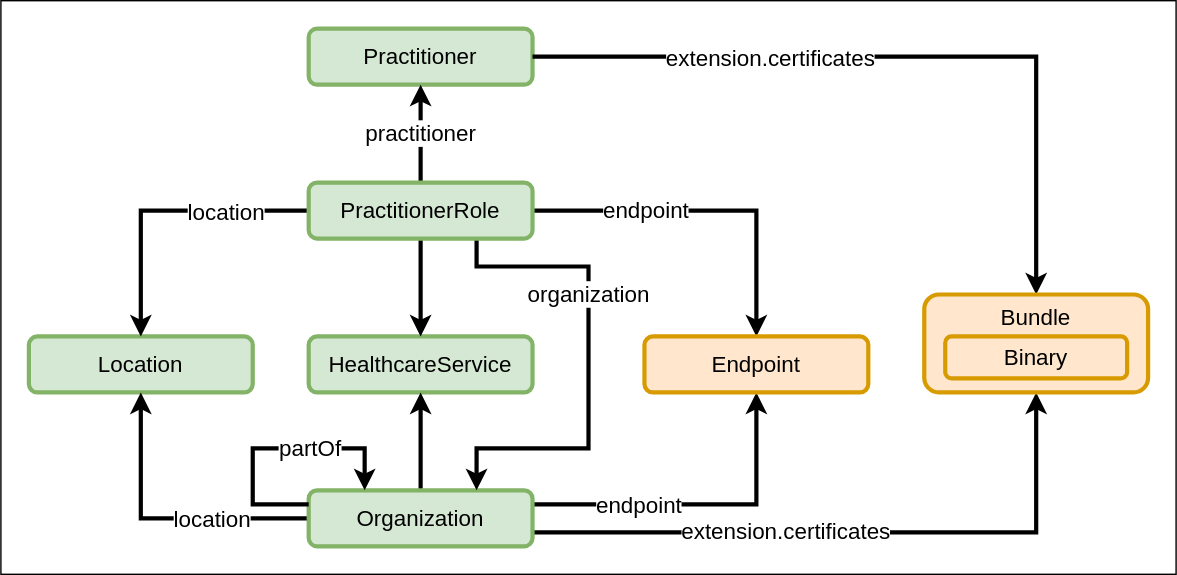
The draw.io diagram images/VZD_FHIR_Directory_Resourcen.svg in gematik/api-vzd, before a commit. Source tidied: cells renumbered, new cells last; positions are measured from the earlier drawing's top-left corner, leaving out a move shared by most shapes.
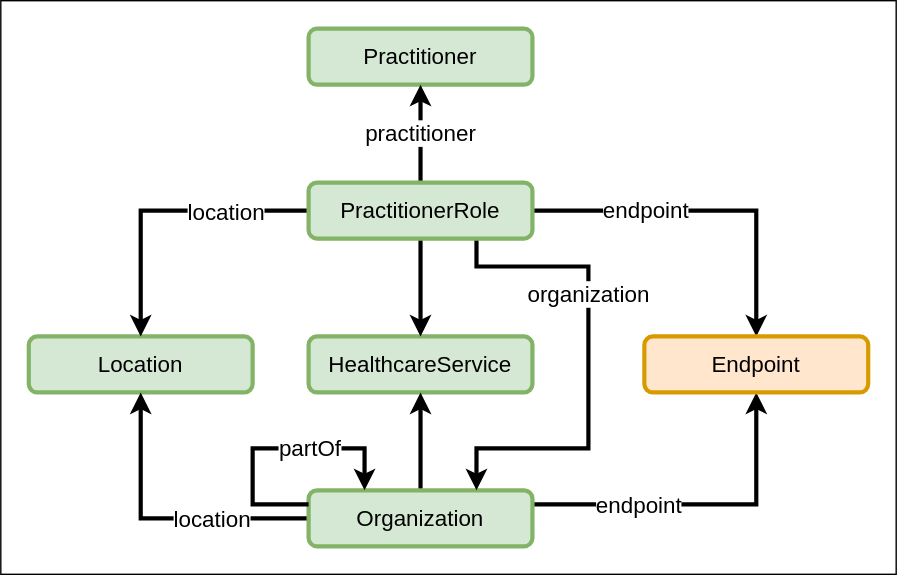
After the commit.

Change to the diagram source:
```diff
@@ -3,7 +3,7 @@
     <mxCell id="0" />
     <mxCell id="1" parent="0" />
     <mxCell id="2" style="rounded=0;whiteSpace=wrap;html=1;fontSize=16;fillColor=none;" parent="1" vertex="1">
-      <mxGeometry width="840" height="410" as="geometry" />
+      <mxGeometry width="640" height="410" as="geometry" />
     </mxCell>
     <mxCell id="3" value="HealthcareService" style="rounded=1;whiteSpace=wrap;html=1;fillColor=#d5e8d4;strokeColor=#82b366;strokeWidth=3;fontSize=16;" parent="1" vertex="1">
       <mxGeometry x="220" y="240" width="160" height="40" as="geometry" />
@@ -32,16 +32,6 @@
     <mxCell id="9" style="edgeStyle=orthogonalEdgeStyle;rounded=0;jettySize=auto;html=1;exitX=0.5;exitY=0;exitDx=0;exitDy=0;entryX=0.5;entryY=1;entryDx=0;entryDy=0;strokeWidth=3;" parent="1" edge="1" source="12" target="3">
       <mxGeometry relative="1" as="geometry" />
     </mxCell>
-    <mxCell id="10" style="edgeStyle=orthogonalEdgeStyle;rounded=0;jettySize=auto;html=1;entryX=0.5;entryY=1;entryDx=0;entryDy=0;fontSize=16;strokeWidth=3;" parent="1" edge="1" source="12" target="27">
-      <mxGeometry relative="1" as="geometry">
-        <Array as="points">
-          <mxPoint x="740" y="380" />
-        </Array>
-      </mxGeometry>
-    </mxCell>
-    <mxCell id="11" value="extension.certificates" style="edgeLabel;html=1;align=center;verticalAlign=middle;fontSize=16;" parent="10" vertex="1">
-      <mxGeometry x="-0.22" y="2" relative="1" as="geometry" />
-    </mxCell>
     <mxCell id="12" value="Organization" style="rounded=1;whiteSpace=wrap;html=1;fillColor=#d5e8d4;strokeColor=#82b366;strokeWidth=3;fontSize=16;" parent="1" vertex="1">
       <mxGeometry x="220" y="350" width="160" height="40" as="geometry" />
     </mxCell>
@@ -83,18 +73,6 @@
     <mxCell id="21" value="PractitionerRole" style="rounded=1;whiteSpace=wrap;html=1;fillColor=#d5e8d4;strokeColor=#82b366;strokeWidth=3;fontSize=16;" parent="1" vertex="1">
       <mxGeometry x="220" y="130" width="160" height="40" as="geometry" />
     </mxCell>
-    <mxCell id="22" style="edgeStyle=orthogonalEdgeStyle;rounded=0;jettySize=auto;html=1;exitX=1;exitY=0.5;exitDx=0;exitDy=0;entryX=0.5;entryY=0;entryDx=0;entryDy=0;fontSize=16;strokeWidth=3;" parent="1" edge="1" source="13" target="27">
-      <mxGeometry relative="1" as="geometry">
-        <Array as="points">
-          <mxPoint x="740" y="40" />
-        </Array>
-      </mxGeometry>
-    </mxCell>
-    <mxCell id="23" value="extension.certificates" style="edgeLabel;html=1;align=center;verticalAlign=middle;fontSize=16;" parent="22" vertex="1">
-      <mxGeometry x="-0.25" y="-2" relative="1" as="geometry">
-        <mxPoint x="-30" y="-2" as="offset" />
-      </mxGeometry>
-    </mxCell>
     <mxCell id="24" value="Endpoint" style="rounded=1;whiteSpace=wrap;html=1;fillColor=#ffe6cc;strokeColor=#d79b00;strokeWidth=3;fontSize=16;" parent="1" vertex="1">
       <mxGeometry x="460" y="240" width="160" height="40" as="geometry" />
     </mxCell>
@@ -110,11 +88,5 @@
     <mxCell id="26" value="partOf" style="edgeLabel;html=1;align=center;verticalAlign=middle;fontSize=16;" parent="25" vertex="1">
       <mxGeometry x="0.26" y="1" relative="1" as="geometry" />
     </mxCell>
-    <mxCell id="27" value="Bundle" style="rounded=1;whiteSpace=wrap;html=1;fillColor=#ffe6cc;strokeColor=#d79b00;strokeWidth=3;fontSize=16;verticalAlign=top;" parent="1" vertex="1">
-      <mxGeometry x="660" y="210" width="160" height="70" as="geometry" />
-    </mxCell>
-    <mxCell id="28" value="Binary" style="rounded=1;whiteSpace=wrap;html=1;fillColor=#ffe6cc;strokeColor=#d79b00;strokeWidth=3;fontSize=16;" parent="1" vertex="1">
-      <mxGeometry x="675" y="240" width="130" height="30" as="geometry" />
-    </mxCell>
   </root>
 </mxGraphModel>
```
